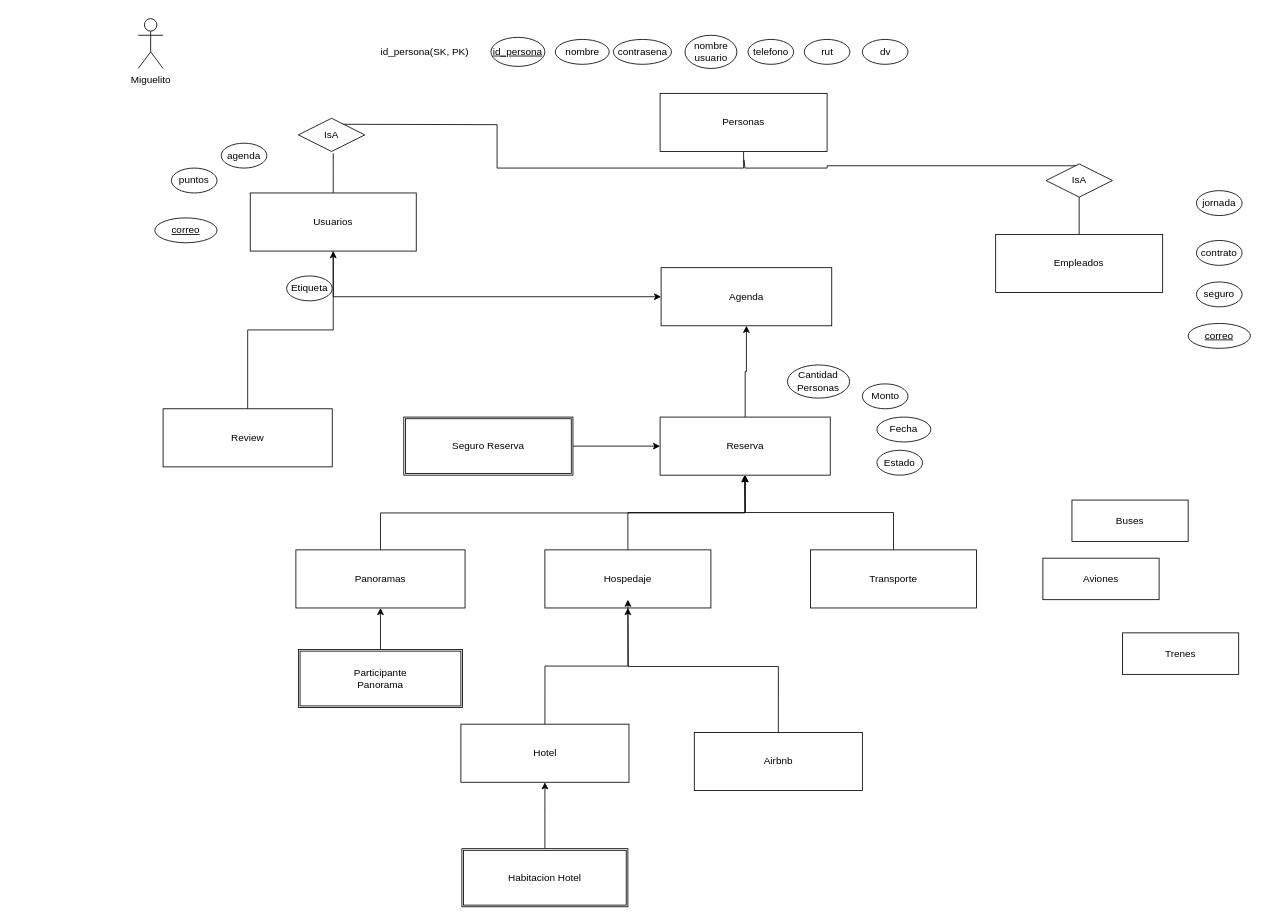
Before: Diagrama sin título.drawio in fblazco/bdd_personal, a draw.io diagram. Source tidied: cells renumbered, new cells numbered last; positions are measured from the earlier drawing's top-left corner, leaving out a move shared by most shapes. Both pictures are drawn from the tidied source at 83%, with x=0, y=0 at pixel (138, 18).
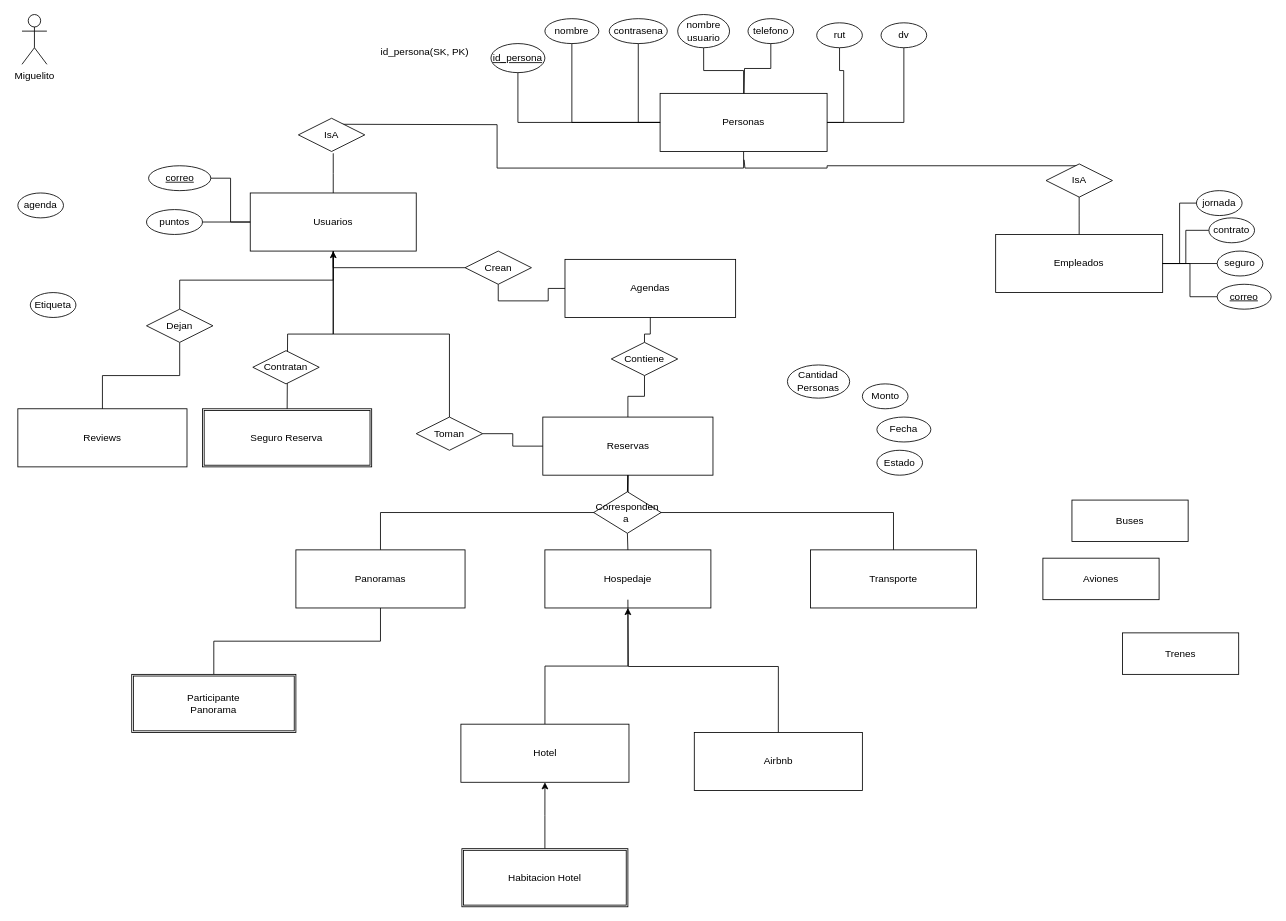
After the change.

The change refers to these unchanged cells:
```xml
<mxCell id="3" value="Personas" style="rounded=0;whiteSpace=wrap;html=1;" parent="1" vertex="1">
  <mxGeometry x="628.8" y="90" width="201.2" height="70" as="geometry" />
</mxCell>
<mxCell id="6" value="Usuarios" style="rounded=0;whiteSpace=wrap;html=1;" parent="1" vertex="1">
  <mxGeometry x="135" y="210" width="200" height="70" as="geometry" />
</mxCell>
<mxCell id="11" value="Hospedaje" style="rounded=0;whiteSpace=wrap;html=1;" parent="1" vertex="1">
  <mxGeometry x="490" y="640" width="200" height="70" as="geometry" />
</mxCell>
<mxCell id="15" value="Airbnb" style="rounded=0;whiteSpace=wrap;html=1;" parent="1" vertex="1">
  <mxGeometry x="670" y="860" width="202.5" height="70" as="geometry" />
</mxCell>
<mxCell id="17" value="Panoramas" style="rounded=0;whiteSpace=wrap;html=1;" parent="1" vertex="1">
  <mxGeometry x="190" y="640" width="203.8" height="70" as="geometry" />
</mxCell>
<mxCell id="19" value="Transporte" style="rounded=0;whiteSpace=wrap;html=1;" parent="1" vertex="1">
  <mxGeometry x="810" y="640" width="200" height="70" as="geometry" />
</mxCell>
<mxCell id="38" value="Empleados" style="rounded=0;whiteSpace=wrap;html=1;" parent="1" vertex="1">
  <mxGeometry x="1033.1" y="260" width="201.2" height="70" as="geometry" />
</mxCell>
<mxCell id="40" value="jornada" style="ellipse;whiteSpace=wrap;html=1;" parent="1" vertex="1">
  <mxGeometry x="1275" y="207.2" width="55" height="30" as="geometry" />
</mxCell>
```

Diff of the diagram source:
```diff
@@
-    <mxCell id="5" style="edgeStyle=orthogonalEdgeStyle;rounded=0;jettySize=auto;html=1;exitX=0.5;exitY=1;exitDx=0;exitDy=0;entryX=0;entryY=0.5;entryDx=0;entryDy=0;" parent="1" edge="1" source="6" target="7">
-      <mxGeometry relative="1" as="geometry" />
-    </mxCell>
@@
+    <mxCell id="59" style="edgeStyle=orthogonalEdgeStyle;rounded=0;jettySize=auto;html=1;exitX=0.5;exitY=1;exitDx=0;exitDy=0;endArrow=none;startFill=0;" parent="1" edge="1" source="85" target="9">
+      <mxGeometry relative="1" as="geometry" />
+    </mxCell>
-    <mxCell id="7" value="Agenda" style="rounded=0;whiteSpace=wrap;html=1;" parent="1" vertex="1">
-      <mxGeometry x="630" y="300" width="205.6" height="70" as="geometry" />
+    <mxCell id="7" value="Agendas" style="rounded=0;whiteSpace=wrap;html=1;" parent="1" vertex="1">
+      <mxGeometry x="514.2" y="290" width="205.6" height="70" as="geometry" />
     </mxCell>
-    <mxCell id="8" style="edgeStyle=orthogonalEdgeStyle;rounded=0;jettySize=auto;html=1;exitX=0.5;exitY=0;exitDx=0;exitDy=0;" parent="1" edge="1" source="9" target="7">
-      <mxGeometry relative="1" as="geometry" />
-    </mxCell>
+    <mxCell id="60" style="edgeStyle=orthogonalEdgeStyle;rounded=0;jettySize=auto;html=1;exitX=0.5;exitY=0;exitDx=0;exitDy=0;entryX=0.5;entryY=1;entryDx=0;entryDy=0;" parent="1" edge="1" source="81" target="6">
+      <mxGeometry relative="1" as="geometry">
+        <Array as="points">
+          <mxPoint x="375" y="380" />
+          <mxPoint x="235" y="380" />
+        </Array>
+      </mxGeometry>
+    </mxCell>
-    <mxCell id="9" value="Reserva" style="rounded=0;whiteSpace=wrap;html=1;" parent="1" vertex="1">
-      <mxGeometry x="628.8" y="480" width="205" height="70" as="geometry" />
+    <mxCell id="9" value="Reservas" style="rounded=0;whiteSpace=wrap;html=1;" parent="1" vertex="1">
+      <mxGeometry x="487.5" y="480" width="205" height="70" as="geometry" />
     </mxCell>
-    <mxCell id="10" style="edgeStyle=orthogonalEdgeStyle;rounded=0;jettySize=auto;html=1;exitX=0.5;exitY=0;exitDx=0;exitDy=0;entryX=0.5;entryY=1;entryDx=0;entryDy=0;" parent="1" edge="1" source="11" target="9">
+    <mxCell id="10" style="edgeStyle=orthogonalEdgeStyle;rounded=0;jettySize=auto;html=1;exitX=0.5;exitY=0;exitDx=0;exitDy=0;entryX=0.5;entryY=1;entryDx=0;entryDy=0;endArrow=none;startFill=0;" parent="1" edge="1" source="87" target="9">
       <mxGeometry relative="1" as="geometry" />
     </mxCell>
@@
-    <mxCell id="14" style="edgeStyle=orthogonalEdgeStyle;rounded=0;jettySize=auto;html=1;exitX=0.5;exitY=0;exitDx=0;exitDy=0;" parent="1" edge="1" source="15">
+    <mxCell id="14" style="edgeStyle=orthogonalEdgeStyle;rounded=0;jettySize=auto;html=1;exitX=0.5;exitY=0;exitDx=0;exitDy=0;endArrow=none;startFill=0;" parent="1" edge="1" source="15">
       <mxGeometry relative="1" as="geometry">
         <mxPoint x="590" y="700" as="targetPoint" />
       </mxGeometry>
     </mxCell>
@@
-    <mxCell id="16" style="edgeStyle=orthogonalEdgeStyle;rounded=0;jettySize=auto;html=1;exitX=0.5;exitY=0;exitDx=0;exitDy=0;" parent="1" edge="1" source="17">
-      <mxGeometry relative="1" as="geometry">
-        <mxPoint x="730.5" y="550" as="targetPoint" />
-      </mxGeometry>
-    </mxCell>
+    <mxCell id="61" style="edgeStyle=orthogonalEdgeStyle;rounded=0;jettySize=auto;html=1;exitX=0.5;exitY=0;exitDx=0;exitDy=0;entryX=0.5;entryY=1;entryDx=0;entryDy=0;endArrow=none;startFill=0;" parent="1" edge="1" source="17" target="9">
+      <mxGeometry relative="1" as="geometry" />
+    </mxCell>
@@
-    <mxCell id="18" style="edgeStyle=orthogonalEdgeStyle;rounded=0;jettySize=auto;html=1;exitX=0.5;exitY=0;exitDx=0;exitDy=0;entryX=0.5;entryY=1;entryDx=0;entryDy=0;" parent="1" edge="1" source="19" target="9">
+    <mxCell id="18" style="edgeStyle=orthogonalEdgeStyle;rounded=0;jettySize=auto;html=1;exitX=0.5;exitY=0;exitDx=0;exitDy=0;entryX=0.5;entryY=1;entryDx=0;entryDy=0;endArrow=none;startFill=0;" parent="1" edge="1" source="19" target="9">
       <mxGeometry relative="1" as="geometry" />
     </mxCell>
@@
-    <mxCell id="20" style="edgeStyle=orthogonalEdgeStyle;rounded=0;jettySize=auto;html=1;exitX=0.5;exitY=0;exitDx=0;exitDy=0;entryX=0.5;entryY=1;entryDx=0;entryDy=0;" parent="1" edge="1" source="21" target="6">
+    <mxCell id="20" style="edgeStyle=orthogonalEdgeStyle;rounded=0;jettySize=auto;html=1;exitX=0.5;exitY=0;exitDx=0;exitDy=0;entryX=0.5;entryY=1;entryDx=0;entryDy=0;endArrow=none;startFill=0;" parent="1" edge="1" source="83" target="6">
       <mxGeometry relative="1" as="geometry" />
     </mxCell>
-    <mxCell id="21" value="Review" style="rounded=0;whiteSpace=wrap;html=1;" parent="1" vertex="1">
-      <mxGeometry x="30" y="470" width="203.8" height="70" as="geometry" />
+    <mxCell id="21" value="Reviews" style="rounded=0;whiteSpace=wrap;html=1;" parent="1" vertex="1">
+      <mxGeometry x="-145" y="470" width="203.8" height="70" as="geometry" />
     </mxCell>
@@
-    <mxCell id="28" style="edgeStyle=orthogonalEdgeStyle;rounded=0;jettySize=auto;html=1;exitX=0.5;exitY=0;exitDx=0;exitDy=0;entryX=0.5;entryY=1;entryDx=0;entryDy=0;" parent="1" edge="1" source="29" target="17">
+    <mxCell id="28" style="edgeStyle=orthogonalEdgeStyle;rounded=0;jettySize=auto;html=1;exitX=0.5;exitY=0;exitDx=0;exitDy=0;entryX=0.5;entryY=1;entryDx=0;entryDy=0;endArrow=none;startFill=0;" parent="1" edge="1" source="29" target="17">
       <mxGeometry relative="1" as="geometry" />
     </mxCell>
     <mxCell id="29" value="Participante&lt;div&gt;Panorama&lt;/div&gt;" style="shape=ext;double=1;rounded=0;whiteSpace=wrap;html=1;" parent="1" vertex="1">
-      <mxGeometry x="193" y="760" width="197.8" height="70" as="geometry" />
+      <mxGeometry x="-7.8" y="790" width="197.8" height="70" as="geometry" />
     </mxCell>
+    <mxCell id="62" style="edgeStyle=orthogonalEdgeStyle;rounded=0;jettySize=auto;html=1;exitX=1;exitY=0.5;exitDx=0;exitDy=0;entryX=0;entryY=0.5;entryDx=0;entryDy=0;endArrow=none;startFill=0;" parent="1" edge="1" source="30" target="6">
+      <mxGeometry relative="1" as="geometry" />
+    </mxCell>
     <mxCell id="30" value="&lt;u&gt;correo&lt;/u&gt;" style="ellipse;whiteSpace=wrap;html=1;" parent="1" vertex="1">
-      <mxGeometry x="20" y="240" width="75" height="30" as="geometry" />
+      <mxGeometry x="12.5" y="177.2" width="75" height="30" as="geometry" />
     </mxCell>
+    <mxCell id="63" style="edgeStyle=orthogonalEdgeStyle;rounded=0;jettySize=auto;html=1;exitX=0.5;exitY=1;exitDx=0;exitDy=0;entryX=0;entryY=0.5;entryDx=0;entryDy=0;endArrow=none;startFill=0;" parent="1" edge="1" source="31" target="3">
+      <mxGeometry relative="1" as="geometry" />
+    </mxCell>
     <mxCell id="31" value="nombre" style="ellipse;whiteSpace=wrap;html=1;" parent="1" vertex="1">
-      <mxGeometry x="502.5" y="25" width="65" height="30" as="geometry" />
+      <mxGeometry x="490" width="65" height="30" as="geometry" />
     </mxCell>
+    <mxCell id="64" style="edgeStyle=orthogonalEdgeStyle;rounded=0;jettySize=auto;html=1;exitX=0.5;exitY=1;exitDx=0;exitDy=0;entryX=0;entryY=0.5;entryDx=0;entryDy=0;endArrow=none;startFill=0;" parent="1" edge="1" source="32" target="3">
+      <mxGeometry relative="1" as="geometry" />
+    </mxCell>
     <mxCell id="32" value="contrasena" style="ellipse;whiteSpace=wrap;html=1;" parent="1" vertex="1">
-      <mxGeometry x="572.5" y="25" width="70" height="30" as="geometry" />
+      <mxGeometry x="567.5" width="70" height="30" as="geometry" />
     </mxCell>
+    <mxCell id="65" style="edgeStyle=orthogonalEdgeStyle;rounded=0;jettySize=auto;html=1;exitX=0.5;exitY=1;exitDx=0;exitDy=0;entryX=0.5;entryY=0;entryDx=0;entryDy=0;endArrow=none;startFill=0;" parent="1" edge="1" source="33" target="3">
+      <mxGeometry relative="1" as="geometry" />
+    </mxCell>
     <mxCell id="33" value="nombre&lt;div&gt;usuario&lt;/div&gt;" style="ellipse;whiteSpace=wrap;html=1;" parent="1" vertex="1">
-      <mxGeometry x="658.8" y="20" width="62.5" height="40" as="geometry" />
+      <mxGeometry x="650" y="-5" width="62.5" height="40" as="geometry" />
     </mxCell>
+    <mxCell id="66" style="edgeStyle=orthogonalEdgeStyle;rounded=0;jettySize=auto;html=1;exitX=0.5;exitY=1;exitDx=0;exitDy=0;endArrow=none;startFill=0;" parent="1" edge="1" source="34">
+      <mxGeometry relative="1" as="geometry">
+        <mxPoint x="730" y="90" as="targetPoint" />
+      </mxGeometry>
+    </mxCell>
     <mxCell id="34" value="telefono" style="ellipse;whiteSpace=wrap;html=1;" parent="1" vertex="1">
-      <mxGeometry x="734.7" y="25" width="55" height="30" as="geometry" />
+      <mxGeometry x="734.7" width="55" height="30" as="geometry" />
     </mxCell>
+    <mxCell id="67" style="edgeStyle=orthogonalEdgeStyle;rounded=0;jettySize=auto;html=1;exitX=0.5;exitY=1;exitDx=0;exitDy=0;entryX=1;entryY=0.5;entryDx=0;entryDy=0;endArrow=none;startFill=0;" parent="1" edge="1" source="35" target="3">
+      <mxGeometry relative="1" as="geometry" />
+    </mxCell>
     <mxCell id="35" value="rut" style="ellipse;whiteSpace=wrap;html=1;" parent="1" vertex="1">
-      <mxGeometry x="802.5" y="25" width="55" height="30" as="geometry" />
+      <mxGeometry x="817.5" y="5" width="55" height="30" as="geometry" />
     </mxCell>
+    <mxCell id="68" style="edgeStyle=orthogonalEdgeStyle;rounded=0;jettySize=auto;html=1;exitX=0.5;exitY=1;exitDx=0;exitDy=0;entryX=1;entryY=0.5;entryDx=0;entryDy=0;endArrow=none;startFill=0;" parent="1" edge="1" source="36" target="3">
+      <mxGeometry relative="1" as="geometry" />
+    </mxCell>
     <mxCell id="36" value="dv" style="ellipse;whiteSpace=wrap;html=1;" parent="1" vertex="1">
-      <mxGeometry x="872.5" y="25" width="55" height="30" as="geometry" />
+      <mxGeometry x="895" y="5" width="55" height="30" as="geometry" />
     </mxCell>
@@
+    <mxCell id="69" style="edgeStyle=orthogonalEdgeStyle;rounded=0;jettySize=auto;html=1;exitX=0;exitY=0.5;exitDx=0;exitDy=0;entryX=1;entryY=0.5;entryDx=0;entryDy=0;endArrow=none;startFill=0;" parent="1" edge="1" source="40" target="38">
+      <mxGeometry relative="1" as="geometry" />
+    </mxCell>
@@
+    <mxCell id="70" style="edgeStyle=orthogonalEdgeStyle;rounded=0;jettySize=auto;html=1;exitX=0;exitY=0.5;exitDx=0;exitDy=0;entryX=1;entryY=0.5;entryDx=0;entryDy=0;endArrow=none;startFill=0;" parent="1" edge="1" source="41" target="38">
+      <mxGeometry relative="1" as="geometry" />
+    </mxCell>
     <mxCell id="41" value="contrato" style="ellipse;whiteSpace=wrap;html=1;" parent="1" vertex="1">
-      <mxGeometry x="1275" y="267.2" width="55" height="30" as="geometry" />
+      <mxGeometry x="1290" y="240" width="55" height="30" as="geometry" />
     </mxCell>
+    <mxCell id="71" style="edgeStyle=orthogonalEdgeStyle;rounded=0;jettySize=auto;html=1;exitX=0;exitY=0.5;exitDx=0;exitDy=0;entryX=1;entryY=0.5;entryDx=0;entryDy=0;endArrow=none;startFill=0;" parent="1" edge="1" source="42" target="38">
+      <mxGeometry relative="1" as="geometry" />
+    </mxCell>
     <mxCell id="42" value="seguro" style="ellipse;whiteSpace=wrap;html=1;" parent="1" vertex="1">
-      <mxGeometry x="1275" y="317.2" width="55" height="30" as="geometry" />
+      <mxGeometry x="1300" y="280" width="55" height="30" as="geometry" />
     </mxCell>
     <mxCell id="43" value="agenda" style="ellipse;whiteSpace=wrap;html=1;" parent="1" vertex="1">
-      <mxGeometry x="100" y="150" width="55" height="30" as="geometry" />
+      <mxGeometry x="-145" y="210" width="55" height="30" as="geometry" />
     </mxCell>
+    <mxCell id="72" style="edgeStyle=orthogonalEdgeStyle;rounded=0;jettySize=auto;html=1;exitX=1;exitY=0.5;exitDx=0;exitDy=0;entryX=0;entryY=0.5;entryDx=0;entryDy=0;endArrow=none;startFill=0;" parent="1" edge="1" source="44" target="6">
+      <mxGeometry relative="1" as="geometry" />
+    </mxCell>
     <mxCell id="44" value="puntos" style="ellipse;whiteSpace=wrap;html=1;" parent="1" vertex="1">
-      <mxGeometry x="40" y="180" width="55" height="30" as="geometry" />
+      <mxGeometry x="10" y="230" width="67.5" height="30" as="geometry" />
     </mxCell>
     <mxCell id="45" value="Miguelito" style="shape=umlActor;verticalLabelPosition=bottom;verticalAlign=top;html=1;" parent="1" vertex="1">
-      <mxGeometry width="30" height="60" as="geometry" />
+      <mxGeometry x="-140" y="-5" width="30" height="60" as="geometry" />
     </mxCell>
     <mxCell id="46" value="Etiqueta" style="ellipse;whiteSpace=wrap;html=1;" parent="1" vertex="1">
-      <mxGeometry x="178.8" y="310" width="55" height="30" as="geometry" />
+      <mxGeometry x="-130" y="330" width="55" height="30" as="geometry" />
     </mxCell>
@@
-    <mxCell id="48" style="edgeStyle=orthogonalEdgeStyle;rounded=0;jettySize=auto;html=1;exitX=1;exitY=0.5;exitDx=0;exitDy=0;entryX=0;entryY=0.5;entryDx=0;entryDy=0;" parent="1" edge="1" source="49" target="9">
-      <mxGeometry relative="1" as="geometry" />
-    </mxCell>
+    <mxCell id="73" style="edgeStyle=orthogonalEdgeStyle;rounded=0;jettySize=auto;html=1;exitX=0.5;exitY=0;exitDx=0;exitDy=0;entryX=0.5;entryY=1;entryDx=0;entryDy=0;endArrow=none;startFill=0;" parent="1" edge="1" source="49" target="6">
+      <mxGeometry relative="1" as="geometry">
+        <Array as="points">
+          <mxPoint x="180" y="480" />
+          <mxPoint x="180" y="380" />
+          <mxPoint x="235" y="380" />
+        </Array>
+      </mxGeometry>
+    </mxCell>
     <mxCell id="49" value="Seguro Reserva" style="shape=ext;double=1;rounded=0;whiteSpace=wrap;html=1;" parent="1" vertex="1">
-      <mxGeometry x="320" y="480" width="203.8" height="70" as="geometry" />
+      <mxGeometry x="77.5" y="470" width="203.8" height="70" as="geometry" />
     </mxCell>
@@
+    <mxCell id="74" style="edgeStyle=orthogonalEdgeStyle;rounded=0;jettySize=auto;html=1;exitX=0;exitY=0.5;exitDx=0;exitDy=0;entryX=1;entryY=0.5;entryDx=0;entryDy=0;endArrow=none;startFill=0;" parent="1" edge="1" source="54" target="38">
+      <mxGeometry relative="1" as="geometry" />
+    </mxCell>
     <mxCell id="54" value="&lt;u&gt;correo&lt;/u&gt;" style="ellipse;whiteSpace=wrap;html=1;" parent="1" vertex="1">
-      <mxGeometry x="1265" y="367.2" width="75" height="30" as="geometry" />
+      <mxGeometry x="1300" y="320" width="65" height="30" as="geometry" />
     </mxCell>
@@
+    <mxCell id="75" style="edgeStyle=orthogonalEdgeStyle;rounded=0;jettySize=auto;html=1;exitX=0.5;exitY=1;exitDx=0;exitDy=0;entryX=0;entryY=0.5;entryDx=0;entryDy=0;endArrow=none;startFill=0;" parent="1" edge="1" source="57" target="3">
+      <mxGeometry relative="1" as="geometry" />
+    </mxCell>
     <mxCell id="57" value="&lt;u&gt;id_persona&lt;/u&gt;" style="ellipse;whiteSpace=wrap;html=1;" parent="1" vertex="1">
-      <mxGeometry x="425" y="22.5" width="65" height="35" as="geometry" />
+      <mxGeometry x="425" y="30" width="65" height="35" as="geometry" />
     </mxCell>
@@
+    <mxCell id="76" style="edgeStyle=orthogonalEdgeStyle;rounded=0;jettySize=auto;html=1;exitX=0.5;exitY=1;exitDx=0;exitDy=0;entryX=0;entryY=0.5;entryDx=0;entryDy=0;endArrow=none;startFill=0;" parent="1" edge="1" source="79" target="7">
+      <mxGeometry relative="1" as="geometry" />
+    </mxCell>
+    <mxCell id="77" value="Contratan" style="rhombus;whiteSpace=wrap;html=1;" parent="1" vertex="1">
+      <mxGeometry x="138.1" y="400" width="80" height="40" as="geometry" />
+    </mxCell>
+    <mxCell id="78" style="edgeStyle=orthogonalEdgeStyle;rounded=0;jettySize=auto;html=1;exitX=0.5;exitY=1;exitDx=0;exitDy=0;entryX=0;entryY=0.5;entryDx=0;entryDy=0;endArrow=none;startFill=0;" parent="1" edge="1" source="6" target="79">
+      <mxGeometry relative="1" as="geometry" />
+    </mxCell>
+    <mxCell id="79" value="Crean" style="rhombus;whiteSpace=wrap;html=1;" parent="1" vertex="1">
+      <mxGeometry x="393.8" y="280" width="80" height="40" as="geometry" />
+    </mxCell>
+    <mxCell id="80" style="edgeStyle=orthogonalEdgeStyle;rounded=0;jettySize=auto;html=1;exitX=1;exitY=0.5;exitDx=0;exitDy=0;entryX=0;entryY=0.5;entryDx=0;entryDy=0;endArrow=none;startFill=0;" parent="1" edge="1" source="81" target="9">
+      <mxGeometry relative="1" as="geometry" />
+    </mxCell>
+    <mxCell id="81" value="Toman" style="rhombus;whiteSpace=wrap;html=1;" parent="1" vertex="1">
+      <mxGeometry x="335" y="480" width="80" height="40" as="geometry" />
+    </mxCell>
+    <mxCell id="82" style="edgeStyle=orthogonalEdgeStyle;rounded=0;jettySize=auto;html=1;exitX=0.5;exitY=0;exitDx=0;exitDy=0;entryX=0.5;entryY=1;entryDx=0;entryDy=0;endArrow=none;startFill=0;" parent="1" edge="1" source="21" target="83">
+      <mxGeometry relative="1" as="geometry" />
+    </mxCell>
+    <mxCell id="83" value="Dejan" style="rhombus;whiteSpace=wrap;html=1;" parent="1" vertex="1">
+      <mxGeometry x="10" y="350" width="80" height="40" as="geometry" />
+    </mxCell>
+    <mxCell id="84" style="edgeStyle=orthogonalEdgeStyle;rounded=0;jettySize=auto;html=1;exitX=0.5;exitY=1;exitDx=0;exitDy=0;endArrow=none;startFill=0;" parent="1" edge="1" source="7" target="85">
+      <mxGeometry relative="1" as="geometry" />
+    </mxCell>
+    <mxCell id="85" value="Contiene" style="rhombus;whiteSpace=wrap;html=1;" parent="1" vertex="1">
+      <mxGeometry x="570" y="390" width="80" height="40" as="geometry" />
+    </mxCell>
+    <mxCell id="86" style="edgeStyle=orthogonalEdgeStyle;rounded=0;jettySize=auto;html=1;exitX=0.5;exitY=0;exitDx=0;exitDy=0;entryX=0.5;entryY=1;entryDx=0;entryDy=0;endArrow=none;startFill=0;" parent="1" edge="1" source="11" target="87">
+      <mxGeometry relative="1" as="geometry" />
+    </mxCell>
+    <mxCell id="87" value="Corresponden a&amp;nbsp;" style="rhombus;whiteSpace=wrap;html=1;" parent="1" vertex="1">
+      <mxGeometry x="548.8" y="570" width="81.2" height="50" as="geometry" />
+    </mxCell>
```
